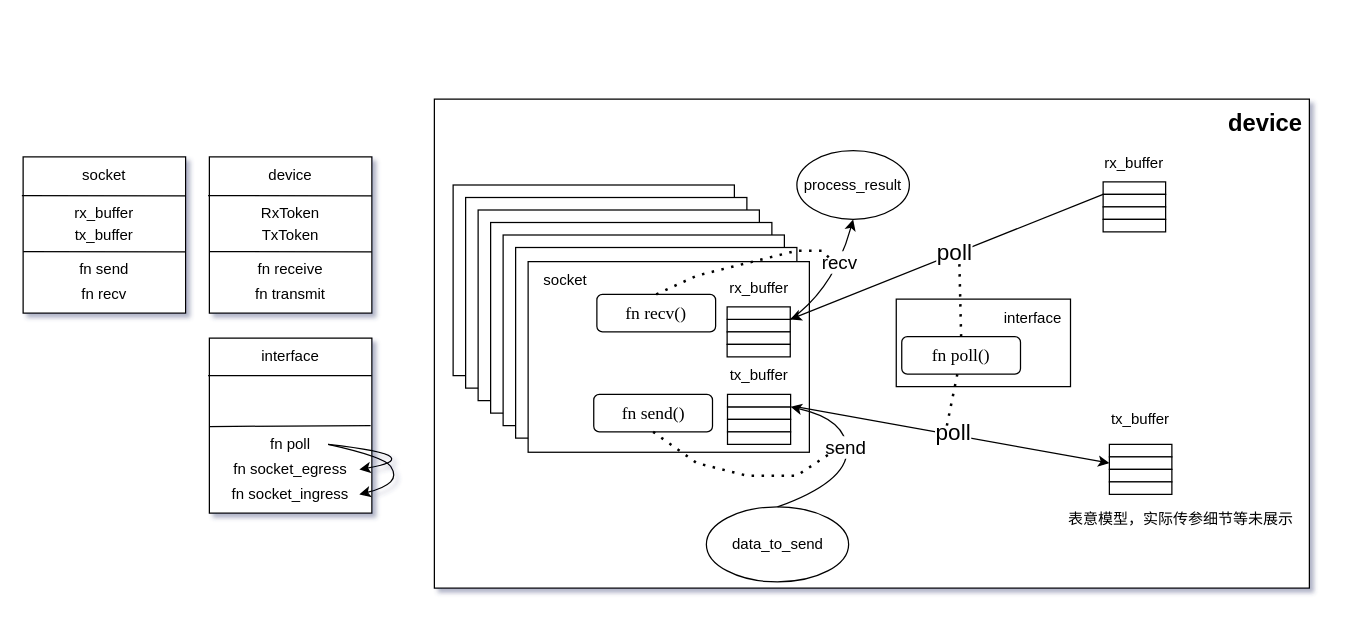
Above: async_framework.drawio in wyatt-dai/GraduationProject (draw.io), before the change. Source tidied: cells renumbered, new cells numbered last; positions are measured from the earlier drawing's top-left corner, leaving out a move shared by most shapes. Both pictures are drawn from the tidied source at 125%, with x=0, y=0 at pixel (21, 99).
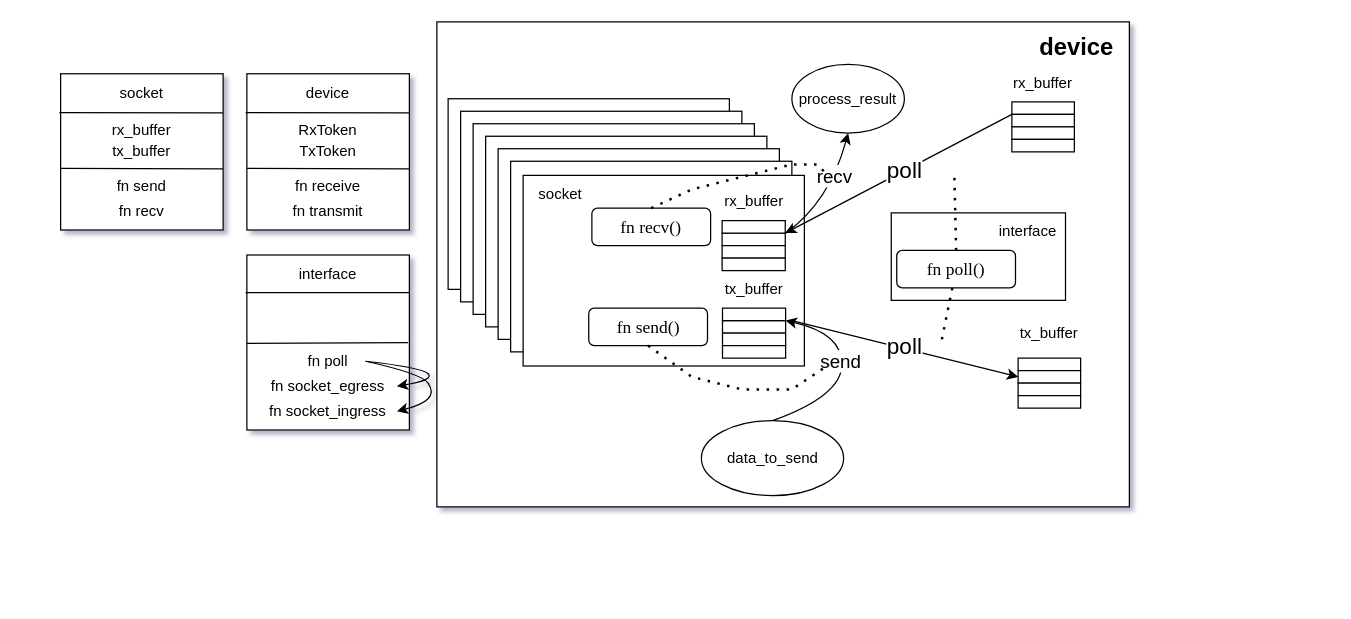
The same diagram, later.

Diff of the diagram source:
```diff
@@
     <mxCell id="2" style="rounded=0;whiteSpace=wrap;html=1;" parent="1" vertex="1">
-      <mxGeometry x="330" y="-0.2" width="700" height="391.2" as="geometry" />
+      <mxGeometry x="332" y="-62" width="554" height="388" as="geometry" />
     </mxCell>
     <mxCell id="3" value="device" style="text;html=1;align=center;verticalAlign=middle;whiteSpace=wrap;rounded=0;fontSize=19;fontStyle=1;" parent="1" vertex="1">
-      <mxGeometry x="960" y="-0.2" width="70" height="41.2" as="geometry" />
+      <mxGeometry x="809" y="-61.8" width="70" height="41.2" as="geometry" />
     </mxCell>
     <mxCell id="4" style="rounded=0;whiteSpace=wrap;html=1;" parent="1" vertex="1">
-      <mxGeometry x="870" y="276" width="50" height="10" as="geometry" />
+      <mxGeometry x="797" y="207" width="50" height="10" as="geometry" />
     </mxCell>
     <mxCell id="5" style="rounded=0;whiteSpace=wrap;html=1;" parent="1" vertex="1">
-      <mxGeometry x="870" y="286" width="50" height="10" as="geometry" />
+      <mxGeometry x="797" y="217" width="50" height="10" as="geometry" />
     </mxCell>
     <mxCell id="6" style="rounded=0;whiteSpace=wrap;html=1;" parent="1" vertex="1">
-      <mxGeometry x="870" y="296" width="50" height="10" as="geometry" />
+      <mxGeometry x="797" y="227" width="50" height="10" as="geometry" />
     </mxCell>
     <mxCell id="7" style="rounded=0;whiteSpace=wrap;html=1;" parent="1" vertex="1">
-      <mxGeometry x="870" y="306" width="50" height="10" as="geometry" />
+      <mxGeometry x="797" y="237" width="50" height="10" as="geometry" />
     </mxCell>
     <mxCell id="8" style="rounded=0;whiteSpace=wrap;html=1;" parent="1" vertex="1">
-      <mxGeometry x="150" y="46" width="130" height="125" as="geometry" />
+      <mxGeometry x="180" y="-20.5" width="130" height="125" as="geometry" />
     </mxCell>
     <mxCell id="9" value="device" style="text;html=1;align=center;verticalAlign=middle;whiteSpace=wrap;rounded=0;" parent="1" vertex="1">
-      <mxGeometry x="185" y="46" width="60" height="30" as="geometry" />
+      <mxGeometry x="215" y="-20.5" width="60" height="30" as="geometry" />
     </mxCell>
     <mxCell id="10" style="endArrow=none;html=1;rounded=0;entryX=1;entryY=0.608;entryDx=0;entryDy=0;entryPerimeter=0;exitX=-0.015;exitY=0.606;exitDx=0;exitDy=0;exitPerimeter=0;" parent="1" edge="1" target="8">
       <mxGeometry relative="1" as="geometry">
-        <mxPoint x="150" y="121.7" as="sourcePoint" />
+        <mxPoint x="180" y="55.2" as="sourcePoint" />
       </mxGeometry>
     </mxCell>
     <mxCell id="11" value="RxToken" style="text;html=1;align=center;verticalAlign=middle;whiteSpace=wrap;rounded=0;" parent="1" vertex="1">
-      <mxGeometry x="185" y="76" width="60" height="30" as="geometry" />
+      <mxGeometry x="215" y="9.5" width="60" height="30" as="geometry" />
     </mxCell>
     <mxCell id="12" value="TxToken" style="text;html=1;align=center;verticalAlign=middle;whiteSpace=wrap;rounded=0;" parent="1" vertex="1">
-      <mxGeometry x="185" y="93.5" width="60" height="30" as="geometry" />
+      <mxGeometry x="215" y="27" width="60" height="30" as="geometry" />
     </mxCell>
     <mxCell id="13" style="endArrow=none;html=1;rounded=0;entryX=1;entryY=0.25;entryDx=0;entryDy=0;" parent="1" edge="1" target="8">
       <mxGeometry relative="1" as="geometry">
-        <mxPoint x="149" y="77" as="sourcePoint" />
+        <mxPoint x="179" y="10.5" as="sourcePoint" />
       </mxGeometry>
     </mxCell>
     <mxCell id="14" value="fn receive" style="text;html=1;align=center;verticalAlign=middle;whiteSpace=wrap;rounded=0;" parent="1" vertex="1">
-      <mxGeometry x="185" y="121" width="60" height="30" as="geometry" />
+      <mxGeometry x="215" y="54.5" width="60" height="30" as="geometry" />
     </mxCell>
     <mxCell id="15" value="fn&amp;nbsp;transmit" style="text;html=1;align=center;verticalAlign=middle;whiteSpace=wrap;rounded=0;" parent="1" vertex="1">
-      <mxGeometry x="185" y="141" width="60" height="30" as="geometry" />
+      <mxGeometry x="215" y="74.5" width="60" height="30" as="geometry" />
     </mxCell>
     <mxCell id="16" style="rounded=0;whiteSpace=wrap;html=1;" parent="1" vertex="1">
-      <mxGeometry x="150" y="191" width="130" height="140" as="geometry" />
+      <mxGeometry x="180" y="124.5" width="130" height="140" as="geometry" />
     </mxCell>
     <mxCell id="17" value="interface" style="text;html=1;align=center;verticalAlign=middle;whiteSpace=wrap;rounded=0;" parent="1" vertex="1">
-      <mxGeometry x="185" y="191" width="60" height="30" as="geometry" />
+      <mxGeometry x="215" y="124.5" width="60" height="30" as="geometry" />
     </mxCell>
     <mxCell id="18" style="endArrow=none;html=1;rounded=0;exitX=-0.015;exitY=0.606;exitDx=0;exitDy=0;exitPerimeter=0;" parent="1" edge="1">
       <mxGeometry relative="1" as="geometry">
-        <mxPoint x="150" y="261.7" as="sourcePoint" />
-        <mxPoint x="279" y="261" as="targetPoint" />
+        <mxPoint x="180" y="195.2" as="sourcePoint" />
+        <mxPoint x="309" y="194.5" as="targetPoint" />
       </mxGeometry>
     </mxCell>
     <mxCell id="19" style="endArrow=none;html=1;rounded=0;" parent="1" edge="1">
       <mxGeometry relative="1" as="geometry">
-        <mxPoint x="149" y="221" as="sourcePoint" />
-        <mxPoint x="280" y="221" as="targetPoint" />
+        <mxPoint x="179" y="154.5" as="sourcePoint" />
+        <mxPoint x="310" y="154.5" as="targetPoint" />
       </mxGeometry>
     </mxCell>
     <mxCell id="20" value="fn&amp;nbsp;poll" style="text;html=1;align=center;verticalAlign=middle;whiteSpace=wrap;rounded=0;" parent="1" vertex="1">
-      <mxGeometry x="185" y="261" width="60" height="30" as="geometry" />
+      <mxGeometry x="215" y="194.5" width="60" height="30" as="geometry" />
     </mxCell>
     <mxCell id="21" value="fn&amp;nbsp;socket_egress" style="text;html=1;align=center;verticalAlign=middle;whiteSpace=wrap;rounded=0;" parent="1" vertex="1">
-      <mxGeometry x="160" y="281" width="110" height="30" as="geometry" />
+      <mxGeometry x="190" y="214.5" width="110" height="30" as="geometry" />
     </mxCell>
     <mxCell id="22" value="fn&amp;nbsp;socket_ingress" style="text;html=1;align=center;verticalAlign=middle;whiteSpace=wrap;rounded=0;" parent="1" vertex="1">
-      <mxGeometry x="160" y="301" width="110" height="30" as="geometry" />
+      <mxGeometry x="190" y="234.5" width="110" height="30" as="geometry" />
     </mxCell>
     <mxCell id="23" style="curved=1;endArrow=classic;html=1;rounded=0;exitX=1;exitY=0.5;exitDx=0;exitDy=0;entryX=1;entryY=0.5;entryDx=0;entryDy=0;" parent="1" edge="1" source="20" target="21">
       <mxGeometry relative="1" as="geometry">
         <Array as="points">
-          <mxPoint x="290" y="281" />
-          <mxPoint x="300" y="291" />
+          <mxPoint x="320" y="214.5" />
+          <mxPoint x="330" y="224.5" />
         </Array>
       </mxGeometry>
     </mxCell>
     <mxCell id="24" style="curved=1;endArrow=classic;html=1;rounded=0;exitX=1;exitY=0.5;exitDx=0;exitDy=0;entryX=1;entryY=0.5;entryDx=0;entryDy=0;" parent="1" edge="1" source="20" target="22">
       <mxGeometry relative="1" as="geometry">
         <Array as="points">
-          <mxPoint x="290" y="286" />
-          <mxPoint x="300" y="301" />
-          <mxPoint x="290" y="311" />
+          <mxPoint x="320" y="219.5" />
+          <mxPoint x="330" y="234.5" />
+          <mxPoint x="320" y="244.5" />
         </Array>
       </mxGeometry>
     </mxCell>
     <mxCell id="25" style="rounded=0;whiteSpace=wrap;html=1;" parent="1" vertex="1">
-      <mxGeometry x="1" y="46" width="130" height="125" as="geometry" />
+      <mxGeometry x="31" y="-20.5" width="130" height="125" as="geometry" />
     </mxCell>
     <mxCell id="26" value="socket" style="text;html=1;align=center;verticalAlign=middle;whiteSpace=wrap;rounded=0;" parent="1" vertex="1">
-      <mxGeometry x="36" y="46" width="60" height="30" as="geometry" />
+      <mxGeometry x="66" y="-20.5" width="60" height="30" as="geometry" />
     </mxCell>
     <mxCell id="27" style="endArrow=none;html=1;rounded=0;entryX=1;entryY=0.608;entryDx=0;entryDy=0;entryPerimeter=0;exitX=-0.015;exitY=0.606;exitDx=0;exitDy=0;exitPerimeter=0;" parent="1" edge="1" target="25">
       <mxGeometry relative="1" as="geometry">
-        <mxPoint x="1" y="121.7" as="sourcePoint" />
+        <mxPoint x="31" y="55.2" as="sourcePoint" />
       </mxGeometry>
     </mxCell>
     <mxCell id="28" style="endArrow=none;html=1;rounded=0;entryX=1;entryY=0.25;entryDx=0;entryDy=0;" parent="1" edge="1" target="25">
       <mxGeometry relative="1" as="geometry">
-        <mxPoint y="77" as="sourcePoint" />
+        <mxPoint x="30" y="10.5" as="sourcePoint" />
       </mxGeometry>
     </mxCell>
     <mxCell id="29" value="fn&amp;nbsp;send" style="text;html=1;align=center;verticalAlign=middle;whiteSpace=wrap;rounded=0;" parent="1" vertex="1">
-      <mxGeometry x="36" y="121" width="60" height="30" as="geometry" />
+      <mxGeometry x="66" y="54.5" width="60" height="30" as="geometry" />
     </mxCell>
     <mxCell id="30" value="fn&amp;nbsp;recv" style="text;html=1;align=center;verticalAlign=middle;whiteSpace=wrap;rounded=0;" parent="1" vertex="1">
-      <mxGeometry x="36" y="141" width="60" height="30" as="geometry" />
+      <mxGeometry x="66" y="74.5" width="60" height="30" as="geometry" />
     </mxCell>
     <mxCell id="31" value="tx_buffer" style="text;html=1;align=center;verticalAlign=middle;whiteSpace=wrap;rounded=0;" parent="1" vertex="1">
-      <mxGeometry x="865" y="241" width="60" height="30" as="geometry" />
+      <mxGeometry x="792" y="172" width="60" height="30" as="geometry" />
     </mxCell>
     <mxCell id="32" value="rx_buffer" style="text;html=1;align=center;verticalAlign=middle;whiteSpace=wrap;rounded=0;" parent="1" vertex="1">
-      <mxGeometry x="36" y="76" width="60" height="30" as="geometry" />
+      <mxGeometry x="66" y="9.5" width="60" height="30" as="geometry" />
     </mxCell>
     <mxCell id="33" value="tx_buffer" style="text;html=1;align=center;verticalAlign=middle;whiteSpace=wrap;rounded=0;" parent="1" vertex="1">
-      <mxGeometry x="36" y="93.5" width="60" height="30" as="geometry" />
+      <mxGeometry x="66" y="27" width="60" height="30" as="geometry" />
     </mxCell>
     <mxCell id="34" style="rounded=0;whiteSpace=wrap;html=1;" parent="1" vertex="1">
-      <mxGeometry x="345" y="68.5" width="225" height="152.5" as="geometry" />
+      <mxGeometry x="341" y="-0.5" width="225" height="152.5" as="geometry" />
     </mxCell>
-    <mxCell id="35" value="表意模型，实际传参细节等未展示" style="text;html=1;align=center;verticalAlign=middle;whiteSpace=wrap;rounded=0;" parent="1" vertex="1">
-      <mxGeometry x="815" y="321" width="225" height="30" as="geometry" />
-    </mxCell>
     <mxCell id="36" style="rounded=0;whiteSpace=wrap;html=1;" parent="1" vertex="1">
-      <mxGeometry x="699.5" y="159.8" width="139.4" height="70" as="geometry" />
+      <mxGeometry x="695.5" y="90.8" width="139.4" height="70" as="geometry" />
     </mxCell>
     <mxCell id="37" value="interface" style="text;html=1;align=center;verticalAlign=middle;whiteSpace=wrap;rounded=0;" parent="1" vertex="1">
-      <mxGeometry x="778.9" y="159.8" width="60" height="30" as="geometry" />
+      <mxGeometry x="774.9" y="90.8" width="60" height="30" as="geometry" />
     </mxCell>
     <mxCell id="38" value="&lt;font face=&quot;Times New Roman&quot;&gt;fn&amp;nbsp;poll&lt;/font&gt;&lt;font face=&quot;Times New Roman&quot;&gt;()&lt;/font&gt;" style="rounded=1;whiteSpace=wrap;html=1;fontSize=14;" parent="1" vertex="1">
-      <mxGeometry x="703.9" y="189.8" width="95" height="30" as="geometry" />
+      <mxGeometry x="699.9" y="120.8" width="95" height="30" as="geometry" />
     </mxCell>
     <mxCell id="39" style="rounded=0;whiteSpace=wrap;html=1;" parent="1" vertex="1">
-      <mxGeometry x="355" y="78.5" width="225" height="152.5" as="geometry" />
+      <mxGeometry x="351" y="9.5" width="225" height="152.5" as="geometry" />
     </mxCell>
     <mxCell id="40" style="rounded=0;whiteSpace=wrap;html=1;" parent="1" vertex="1">
-      <mxGeometry x="365" y="88.5" width="225" height="152.5" as="geometry" />
+      <mxGeometry x="361" y="19.5" width="225" height="152.5" as="geometry" />
     </mxCell>
     <mxCell id="41" style="rounded=0;whiteSpace=wrap;html=1;" parent="1" vertex="1">
-      <mxGeometry x="375" y="98.5" width="225" height="152.5" as="geometry" />
+      <mxGeometry x="371" y="29.5" width="225" height="152.5" as="geometry" />
     </mxCell>
     <mxCell id="42" style="rounded=0;whiteSpace=wrap;html=1;" parent="1" vertex="1">
-      <mxGeometry x="385" y="108.5" width="225" height="152.5" as="geometry" />
+      <mxGeometry x="381" y="39.5" width="225" height="152.5" as="geometry" />
     </mxCell>
     <mxCell id="43" style="rounded=0;whiteSpace=wrap;html=1;" parent="1" vertex="1">
-      <mxGeometry x="395" y="118.5" width="225" height="152.5" as="geometry" />
+      <mxGeometry x="391" y="49.5" width="225" height="152.5" as="geometry" />
     </mxCell>
     <mxCell id="44" style="rounded=0;whiteSpace=wrap;html=1;" parent="1" vertex="1">
-      <mxGeometry x="405" y="129.8" width="225" height="152.5" as="geometry" />
+      <mxGeometry x="401" y="60.8" width="225" height="152.5" as="geometry" />
     </mxCell>
     <mxCell id="45" style="rounded=0;whiteSpace=wrap;html=1;" parent="1" vertex="1">
-      <mxGeometry x="564.5" y="246" width="50.5" height="10" as="geometry" />
+      <mxGeometry x="560.5" y="177" width="50.5" height="10" as="geometry" />
     </mxCell>
     <mxCell id="46" style="rounded=0;whiteSpace=wrap;html=1;" parent="1" vertex="1">
-      <mxGeometry x="564.5" y="256" width="50.5" height="10" as="geometry" />
+      <mxGeometry x="560.5" y="187" width="50.5" height="10" as="geometry" />
     </mxCell>
     <mxCell id="47" style="rounded=0;whiteSpace=wrap;html=1;" parent="1" vertex="1">
-      <mxGeometry x="564.5" y="266" width="50.5" height="10" as="geometry" />
+      <mxGeometry x="560.5" y="197" width="50.5" height="10" as="geometry" />
     </mxCell>
     <mxCell id="48" value="tx_buffer" style="text;html=1;align=center;verticalAlign=middle;whiteSpace=wrap;rounded=0;" parent="1" vertex="1">
-      <mxGeometry x="559.5" y="206" width="60" height="30" as="geometry" />
+      <mxGeometry x="555.5" y="137" width="60" height="30" as="geometry" />
     </mxCell>
     <mxCell id="49" value="&lt;font face=&quot;Times New Roman&quot;&gt;fn&amp;nbsp;send&lt;/font&gt;&lt;font face=&quot;Times New Roman&quot;&gt;()&lt;/font&gt;" style="rounded=1;whiteSpace=wrap;html=1;fontSize=14;" parent="1" vertex="1">
-      <mxGeometry x="457.5" y="236" width="95" height="30" as="geometry" />
+      <mxGeometry x="453.5" y="167" width="95" height="30" as="geometry" />
     </mxCell>
     <mxCell id="50" value="data_to_send" style="ellipse;whiteSpace=wrap;html=1;rotation=0;" parent="1" vertex="1">
-      <mxGeometry x="547.6" y="326" width="113.8" height="60" as="geometry" />
+      <mxGeometry x="543.6" y="257" width="113.8" height="60" as="geometry" />
     </mxCell>
     <mxCell id="51" style="curved=1;endArrow=classic;html=1;rounded=0;exitX=0.5;exitY=0;exitDx=0;exitDy=0;entryX=1;entryY=0;entryDx=0;entryDy=0;" parent="1" edge="1" source="50" target="45">
       <mxGeometry relative="1" as="geometry">
         <Array as="points">
-          <mxPoint x="660" y="306" />
-          <mxPoint x="660" y="256" />
+          <mxPoint x="656" y="237" />
+          <mxPoint x="656" y="187" />
         </Array>
       </mxGeometry>
     </mxCell>
@@
     <mxCell id="53" style="endArrow=none;dashed=1;html=1;dashPattern=1 3;strokeWidth=2;rounded=0;exitX=0.5;exitY=1;exitDx=0;exitDy=0;" parent="1" edge="1" source="49">
       <mxGeometry relative="1" as="geometry">
-        <mxPoint x="650" y="281" as="targetPoint" />
+        <mxPoint x="646" y="212" as="targetPoint" />
         <Array as="points">
-          <mxPoint x="540" y="291" />
-          <mxPoint x="580" y="301" />
-          <mxPoint x="620" y="301" />
+          <mxPoint x="536" y="222" />
+          <mxPoint x="576" y="232" />
+          <mxPoint x="616" y="232" />
         </Array>
       </mxGeometry>
     </mxCell>
     <mxCell id="54" value="socket" style="text;html=1;align=center;verticalAlign=middle;whiteSpace=wrap;rounded=0;" parent="1" vertex="1">
-      <mxGeometry x="405" y="129.8" width="60" height="30" as="geometry" />
+      <mxGeometry x="401" y="60.8" width="60" height="30" as="geometry" />
     </mxCell>
     <mxCell id="55" style="rounded=0;whiteSpace=wrap;html=1;" parent="1" vertex="1">
-      <mxGeometry x="564.2" y="176" width="50.5" height="10" as="geometry" />
+      <mxGeometry x="560.2" y="107" width="50.5" height="10" as="geometry" />
     </mxCell>
     <mxCell id="56" style="rounded=0;whiteSpace=wrap;html=1;" parent="1" vertex="1">
-      <mxGeometry x="564.2" y="186" width="50.5" height="10" as="geometry" />
+      <mxGeometry x="560.2" y="117" width="50.5" height="10" as="geometry" />
     </mxCell>
     <mxCell id="57" style="rounded=0;whiteSpace=wrap;html=1;" parent="1" vertex="1">
-      <mxGeometry x="564.2" y="196" width="50.5" height="10" as="geometry" />
+      <mxGeometry x="560.2" y="127" width="50.5" height="10" as="geometry" />
     </mxCell>
     <mxCell id="58" style="rounded=0;whiteSpace=wrap;html=1;" parent="1" vertex="1">
-      <mxGeometry x="564.5" y="236" width="50.5" height="10" as="geometry" />
+      <mxGeometry x="560.5" y="167" width="50.5" height="10" as="geometry" />
     </mxCell>
     <mxCell id="59" style="rounded=0;whiteSpace=wrap;html=1;" parent="1" vertex="1">
-      <mxGeometry x="564.2" y="166" width="50.5" height="10" as="geometry" />
+      <mxGeometry x="560.2" y="97" width="50.5" height="10" as="geometry" />
     </mxCell>
     <mxCell id="60" value="rx_buffer" style="text;html=1;align=center;verticalAlign=middle;whiteSpace=wrap;rounded=0;" parent="1" vertex="1">
-      <mxGeometry x="559.5" y="136" width="60" height="30" as="geometry" />
+      <mxGeometry x="555.5" y="67" width="60" height="30" as="geometry" />
     </mxCell>
     <mxCell id="61" style="endArrow=classic;html=1;rounded=0;entryX=0;entryY=0.5;entryDx=0;entryDy=0;" parent="1" edge="1" target="5">
       <mxGeometry relative="1" as="geometry">
-        <mxPoint x="620" y="246" as="sourcePoint" />
+        <mxPoint x="616" y="177" as="sourcePoint" />
       </mxGeometry>
     </mxCell>
@@
     <mxCell id="63" value="rx_buffer" style="text;html=1;align=center;verticalAlign=middle;whiteSpace=wrap;rounded=0;" parent="1" vertex="1">
-      <mxGeometry x="860" y="36" width="60" height="30" as="geometry" />
+      <mxGeometry x="787" y="-28" width="60" height="30" as="geometry" />
     </mxCell>
     <mxCell id="64" style="rounded=0;whiteSpace=wrap;html=1;" parent="1" vertex="1">
-      <mxGeometry x="865" y="66" width="50" height="10" as="geometry" />
+      <mxGeometry x="792" y="2" width="50" height="10" as="geometry" />
     </mxCell>
     <mxCell id="65" style="rounded=0;whiteSpace=wrap;html=1;" parent="1" vertex="1">
-      <mxGeometry x="865" y="76" width="50" height="10" as="geometry" />
+      <mxGeometry x="792" y="12" width="50" height="10" as="geometry" />
     </mxCell>
     <mxCell id="66" style="rounded=0;whiteSpace=wrap;html=1;" parent="1" vertex="1">
-      <mxGeometry x="865" y="86" width="50" height="10" as="geometry" />
+      <mxGeometry x="792" y="22" width="50" height="10" as="geometry" />
     </mxCell>
     <mxCell id="67" style="rounded=0;whiteSpace=wrap;html=1;" parent="1" vertex="1">
-      <mxGeometry x="865" y="96" width="50" height="10" as="geometry" />
+      <mxGeometry x="792" y="32" width="50" height="10" as="geometry" />
     </mxCell>
     <mxCell id="68" style="endArrow=none;dashed=1;html=1;dashPattern=1 3;strokeWidth=2;rounded=0;" parent="1" edge="1" target="38">
       <mxGeometry relative="1" as="geometry">
-        <mxPoint x="740" y="261" as="sourcePoint" />
+        <mxPoint x="736" y="192" as="sourcePoint" />
       </mxGeometry>
     </mxCell>
@@
     <mxCell id="71" style="endArrow=none;dashed=1;html=1;dashPattern=1 3;strokeWidth=2;rounded=0;exitX=0.5;exitY=0;exitDx=0;exitDy=0;" parent="1" edge="1" source="38">
       <mxGeometry relative="1" as="geometry">
-        <mxPoint x="750" y="131" as="targetPoint" />
+        <mxPoint x="746" y="62" as="targetPoint" />
       </mxGeometry>
     </mxCell>
     <mxCell id="72" style="curved=1;endArrow=classic;html=1;rounded=0;entryX=0.5;entryY=1;entryDx=0;entryDy=0;" parent="1" edge="1" target="74">
       <mxGeometry relative="1" as="geometry">
-        <mxPoint x="615" y="176" as="sourcePoint" />
+        <mxPoint x="611" y="107" as="sourcePoint" />
         <Array as="points">
-          <mxPoint x="650" y="151" />
+          <mxPoint x="646" y="82" />
         </Array>
       </mxGeometry>
     </mxCell>
@@
     <mxCell id="74" value="process_result" style="ellipse;whiteSpace=wrap;html=1;" parent="1" vertex="1">
-      <mxGeometry x="620" y="41" width="90" height="55" as="geometry" />
+      <mxGeometry x="616" y="-28" width="90" height="55" as="geometry" />
     </mxCell>
     <mxCell id="75" value="&lt;font face=&quot;Times New Roman&quot;&gt;fn&amp;nbsp;recv&lt;/font&gt;&lt;font face=&quot;Times New Roman&quot;&gt;()&lt;/font&gt;" style="rounded=1;whiteSpace=wrap;html=1;fontSize=14;" parent="1" vertex="1">
-      <mxGeometry x="460" y="156" width="95" height="30" as="geometry" />
+      <mxGeometry x="456" y="87" width="95" height="30" as="geometry" />
     </mxCell>
     <mxCell id="76" style="endArrow=none;dashed=1;html=1;dashPattern=1 3;strokeWidth=2;rounded=0;exitX=0.5;exitY=0;exitDx=0;exitDy=0;" parent="1" edge="1" source="75">
       <mxGeometry relative="1" as="geometry">
-        <mxPoint x="650" y="131" as="targetPoint" />
+        <mxPoint x="646" y="62" as="targetPoint" />
         <Array as="points">
-          <mxPoint x="540" y="141" />
-          <mxPoint x="580" y="131" />
-          <mxPoint x="620" y="121" />
-          <mxPoint x="640" y="121" />
+          <mxPoint x="536" y="72" />
+          <mxPoint x="576" y="62" />
+          <mxPoint x="616" y="52" />
+          <mxPoint x="636" y="52" />
         </Array>
       </mxGeometry>
     </mxCell>
```
